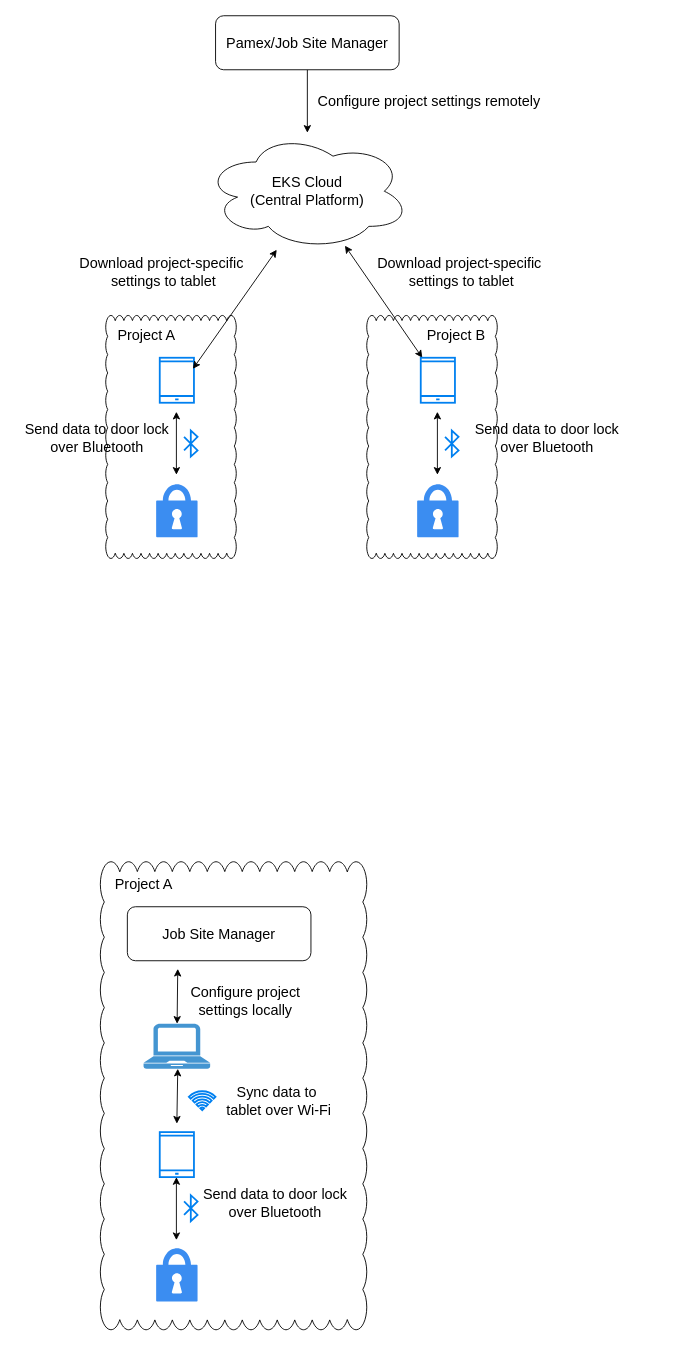
Earlier version of the draw.io diagram EKSNoWifi.drawio (kevin3747118/ALZK). Source tidied: cells renumbered, new cells numbered last; positions are measured from the earlier drawing's top-left corner, leaving out a move shared by most shapes. Both pictures are drawn from the tidied source at 90%, with x=0, y=0 at pixel (15, 15). Pictures stored in the file or linked from it are replaced by grey dashed boxes.
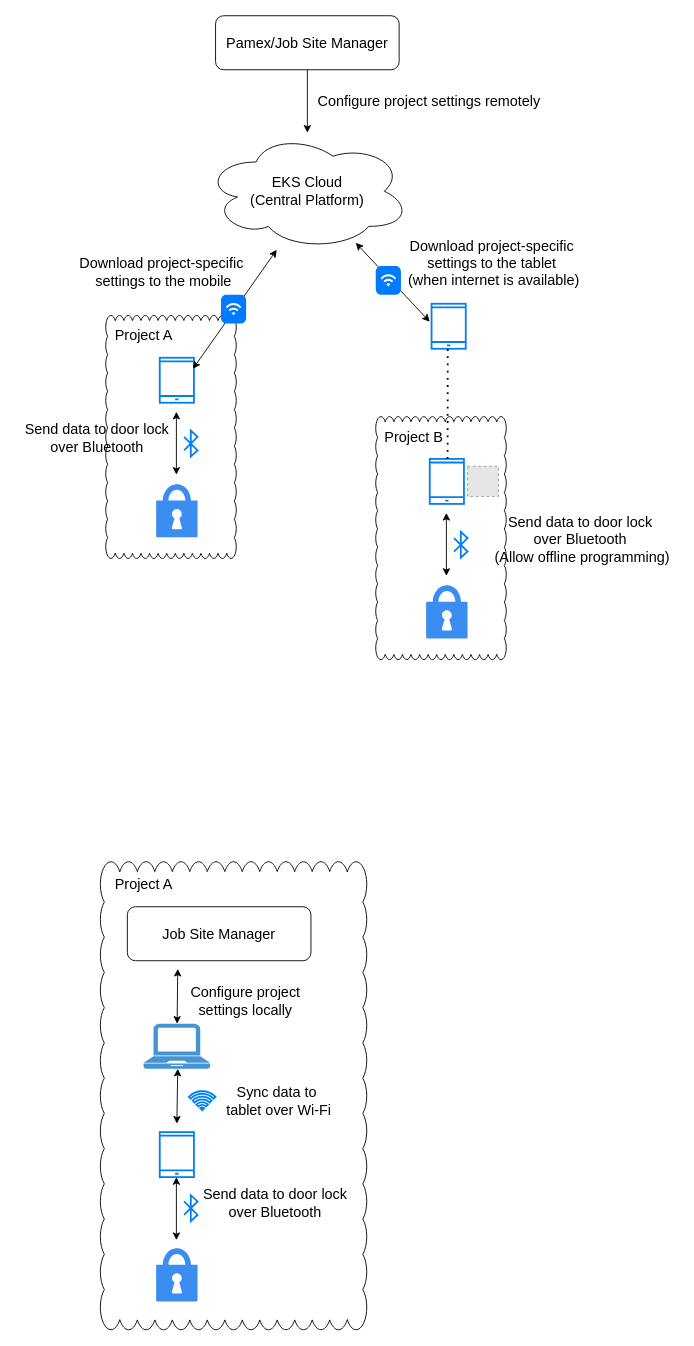
Above is the later version.

The change refers to these unchanged cells:
```xml
<mxCell id="5" value="&lt;font style=&quot;font-size: 16px;&quot;&gt;EKS Cloud&lt;/font&gt;&lt;div&gt;&lt;font style=&quot;font-size: 16px;&quot;&gt;(Central Platform)&lt;/font&gt;&lt;/div&gt;" style="ellipse;shape=cloud;whiteSpace=wrap;html=1;" parent="1" vertex="1">
  <mxGeometry x="210" y="130" width="228" height="130" as="geometry" />
</mxCell>
```

Change to the diagram source:
```diff
@@
     <mxCell id="2" style="whiteSpace=wrap;html=1;shape=mxgraph.basic.cloud_rect;" parent="1" vertex="1">
-      <mxGeometry x="390" y="333" width="145" height="270" as="geometry" />
+      <mxGeometry x="400" y="445.4" width="145" height="270" as="geometry" />
     </mxCell>
@@
-    <mxCell id="12" value="&lt;font style=&quot;font-size: 16px;&quot;&gt;Download project-&lt;/font&gt;&lt;font style=&quot;background-color: transparent; color: light-dark(rgb(0, 0, 0), rgb(255, 255, 255)); font-size: 16px;&quot;&gt;specific&amp;nbsp;&lt;/font&gt;&lt;div&gt;&lt;span style=&quot;background-color: transparent; color: light-dark(rgb(0, 0, 0), rgb(255, 255, 255)); font-size: 16px;&quot;&gt;settings to tablet&lt;/span&gt;&lt;/div&gt;" style="text;html=1;align=center;verticalAlign=middle;strokeColor=none;fillColor=none;" parent="1" vertex="1">
+    <mxCell id="12" value="&lt;font style=&quot;font-size: 16px;&quot;&gt;Download project-&lt;/font&gt;&lt;font style=&quot;background-color: transparent; color: light-dark(rgb(0, 0, 0), rgb(255, 255, 255)); font-size: 16px;&quot;&gt;specific&amp;nbsp;&lt;/font&gt;&lt;div&gt;&lt;span style=&quot;background-color: transparent; color: light-dark(rgb(0, 0, 0), rgb(255, 255, 255)); font-size: 16px;&quot;&gt;settings to the mobile&lt;/span&gt;&lt;/div&gt;" style="text;html=1;align=center;verticalAlign=middle;strokeColor=none;fillColor=none;" parent="1" vertex="1">
       <mxGeometry x="59" y="260" width="210" height="50" as="geometry" />
     </mxCell>
     <mxCell id="13" value="&lt;font style=&quot;font-size: 16px;&quot;&gt;Project A&lt;/font&gt;" style="text;html=1;align=center;verticalAlign=middle;strokeColor=none;fillColor=none;" parent="1" vertex="1">
-      <mxGeometry x="100" y="340" width="90" height="30" as="geometry" />
+      <mxGeometry x="97" y="340" width="90" height="30" as="geometry" />
     </mxCell>
-    <mxCell id="14" style="endArrow=classic;startArrow=classic;html=1;rounded=0;" parent="1" edge="1" source="18" target="5">
-      <mxGeometry relative="1" as="geometry" />
+    <mxCell id="14" style="endArrow=classic;startArrow=classic;html=1;rounded=0;" parent="1" edge="1" target="5">
+      <mxGeometry relative="1" as="geometry">
+        <mxPoint x="460" y="340" as="sourcePoint" />
+      </mxGeometry>
     </mxCell>
-    <mxCell id="15" value="&lt;font style=&quot;font-size: 16px;&quot;&gt;Download project-specific&amp;nbsp;&lt;/font&gt;&lt;div&gt;&lt;font style=&quot;font-size: 16px;&quot;&gt;settings to tablet&lt;/font&gt;&lt;/div&gt;" style="text;html=1;align=center;verticalAlign=middle;strokeColor=none;fillColor=none;" parent="1" vertex="1">
-      <mxGeometry x="390" y="260" width="210" height="50" as="geometry" />
+    <mxCell id="15" value="&lt;span style=&quot;font-size: 16px;&quot;&gt;Download project-specific&amp;nbsp;&lt;/span&gt;&lt;div&gt;&lt;span style=&quot;font-size: 16px;&quot;&gt;settings to the tablet&amp;nbsp;&lt;/span&gt;&lt;/div&gt;&lt;div&gt;&lt;span style=&quot;font-size: 16px;&quot;&gt;(when internet is available)&lt;/span&gt;&lt;/div&gt;" style="text;html=1;align=center;verticalAlign=middle;strokeColor=none;fillColor=none;" parent="1" vertex="1">
+      <mxGeometry x="426" y="240" width="210" height="70" as="geometry" />
     </mxCell>
@@
     <mxCell id="18" style="html=1;verticalLabelPosition=bottom;align=center;labelBackgroundColor=#ffffff;verticalAlign=top;strokeWidth=2;strokeColor=#0080F0;shadow=0;dashed=0;shape=mxgraph.ios7.icons.smartphone;" parent="1" vertex="1">
-      <mxGeometry x="450" y="380" width="38" height="50" as="geometry" />
+      <mxGeometry x="460" y="492.4" width="38" height="50" as="geometry" />
     </mxCell>
     <mxCell id="19" style="sketch=0;html=1;strokeColor=none;shadow=0;fillColor=#3B8DF1;verticalAlign=top;labelPosition=center;verticalLabelPosition=bottom;shape=mxgraph.gcp2.lock;" parent="1" vertex="1">
-      <mxGeometry x="446" y="520.5" width="46" height="59" as="geometry" />
+      <mxGeometry x="456" y="632.9" width="46" height="59" as="geometry" />
     </mxCell>
     <mxCell id="20" style="endArrow=classic;startArrow=classic;html=1;rounded=0;" parent="1" edge="1">
       <mxGeometry relative="1" as="geometry">
-        <mxPoint x="468.5" y="510" as="sourcePoint" />
-        <mxPoint x="468.5" y="440" as="targetPoint" />
+        <mxPoint x="478.5" y="622.4" as="sourcePoint" />
+        <mxPoint x="478.5" y="552.4" as="targetPoint" />
       </mxGeometry>
     </mxCell>
     <mxCell id="21" value="&lt;font style=&quot;font-size: 16px;&quot;&gt;Project B&lt;/font&gt;" style="text;html=1;align=center;verticalAlign=middle;strokeColor=none;fillColor=none;" parent="1" vertex="1">
-      <mxGeometry x="444" y="340" width="90" height="30" as="geometry" />
+      <mxGeometry x="397" y="453" width="90" height="30" as="geometry" />
     </mxCell>
     <mxCell id="22" style="html=1;verticalLabelPosition=bottom;align=center;labelBackgroundColor=#ffffff;verticalAlign=top;strokeWidth=2;strokeColor=#0080F0;shadow=0;dashed=0;shape=mxgraph.ios7.icons.bluetooth;" parent="1" vertex="1">
-      <mxGeometry x="477" y="461" width="15" height="28.8" as="geometry" />
+      <mxGeometry x="487" y="573.4" width="15" height="28.8" as="geometry" />
     </mxCell>
-    <mxCell id="23" value="&lt;font style=&quot;font-size: 16px;&quot;&gt;&lt;span style=&quot;background-color: transparent; color: light-dark(rgb(0, 0, 0), rgb(255, 255, 255)); text-align: left;&quot;&gt;Send data&lt;/span&gt;&lt;span style=&quot;background-color: transparent; color: light-dark(rgb(0, 0, 0), rgb(255, 255, 255)); text-align: left;&quot;&gt;&amp;nbsp;to door lock&lt;/span&gt;&lt;/font&gt;&lt;div&gt;&lt;span style=&quot;background-color: transparent; color: light-dark(rgb(0, 0, 0), rgb(255, 255, 255)); text-align: left;&quot;&gt;&lt;font style=&quot;font-size: 16px;&quot;&gt;over Bluetooth&lt;/font&gt;&lt;/span&gt;&lt;div&gt;&lt;p&gt;&lt;/p&gt;&lt;/div&gt;&lt;/div&gt;" style="text;html=1;align=center;verticalAlign=middle;strokeColor=none;fillColor=none;" parent="1" vertex="1">
-      <mxGeometry x="500" y="445.4" width="180" height="60" as="geometry" />
+    <mxCell id="23" value="&lt;font style=&quot;font-size: 16px;&quot;&gt;&lt;span style=&quot;background-color: transparent; color: light-dark(rgb(0, 0, 0), rgb(255, 255, 255)); text-align: left;&quot;&gt;Send data&lt;/span&gt;&lt;span style=&quot;background-color: transparent; color: light-dark(rgb(0, 0, 0), rgb(255, 255, 255)); text-align: left;&quot;&gt;&amp;nbsp;to door lock&lt;/span&gt;&lt;/font&gt;&lt;div&gt;&lt;span style=&quot;background-color: transparent; color: light-dark(rgb(0, 0, 0), rgb(255, 255, 255)); text-align: left;&quot;&gt;&lt;font style=&quot;font-size: 16px;&quot;&gt;over Bluetooth&lt;/font&gt;&lt;/span&gt;&lt;/div&gt;&lt;div&gt;&lt;span style=&quot;background-color: transparent; color: light-dark(rgb(0, 0, 0), rgb(255, 255, 255)); text-align: left;&quot;&gt;&lt;font style=&quot;font-size: 16px;&quot;&gt;&amp;nbsp;(Allow offline programming)&lt;/font&gt;&lt;/span&gt;&lt;div&gt;&lt;p&gt;&lt;/p&gt;&lt;/div&gt;&lt;/div&gt;" style="text;html=1;align=center;verticalAlign=middle;strokeColor=none;fillColor=none;" parent="1" vertex="1">
+      <mxGeometry x="517" y="547.8" width="220" height="80" as="geometry" />
     </mxCell>
@@
+    <mxCell id="38" style="html=1;verticalLabelPosition=bottom;align=center;labelBackgroundColor=#ffffff;verticalAlign=top;strokeWidth=2;strokeColor=#0080F0;shadow=0;dashed=0;shape=mxgraph.ios7.icons.smartphone;" parent="1" vertex="1">
+      <mxGeometry x="462" y="320" width="38" height="50" as="geometry" />
+    </mxCell>
+    <mxCell id="39" style="endArrow=none;dashed=1;html=1;dashPattern=1 3;strokeWidth=2;rounded=0;exitX=0.522;exitY=0;exitDx=0;exitDy=0;exitPerimeter=0;" parent="1" edge="1" source="18">
+      <mxGeometry relative="1" as="geometry">
+        <mxPoint x="480" y="370" as="targetPoint" />
+      </mxGeometry>
+    </mxCell>
+    <mxCell id="40" style="html=1;strokeWidth=1;shadow=0;dashed=0;shape=mxgraph.ios7.misc.wifi;fillColor=#007AFF;strokeColor=none;buttonText=;strokeColor2=#222222;fontColor=#222222;fontSize=8;verticalLabelPosition=bottom;verticalAlign=top;align=center;sketch=0;" parent="1" vertex="1">
+      <mxGeometry x="400" y="278" width="28" height="32" as="geometry" />
+    </mxCell>
+    <mxCell id="41" style="html=1;strokeWidth=1;shadow=0;dashed=0;shape=mxgraph.ios7.misc.wifi;fillColor=#007AFF;strokeColor=none;buttonText=;strokeColor2=#222222;fontColor=#222222;fontSize=8;verticalLabelPosition=bottom;verticalAlign=top;align=center;sketch=0;" parent="1" vertex="1">
+      <mxGeometry x="228" y="310" width="28" height="32" as="geometry" />
+    </mxCell>
+    <mxCell id="42" style="fillColor=#E6E6E6;strokeColor=#999999;dashed=1;verticalLabelPosition=bottom;labelBackgroundColor=default;verticalAlign=top;" parent="1" vertex="1">
+      <mxGeometry x="502" y="500.6" width="34.3" height="33.5" as="geometry" />
+    </mxCell>
```
